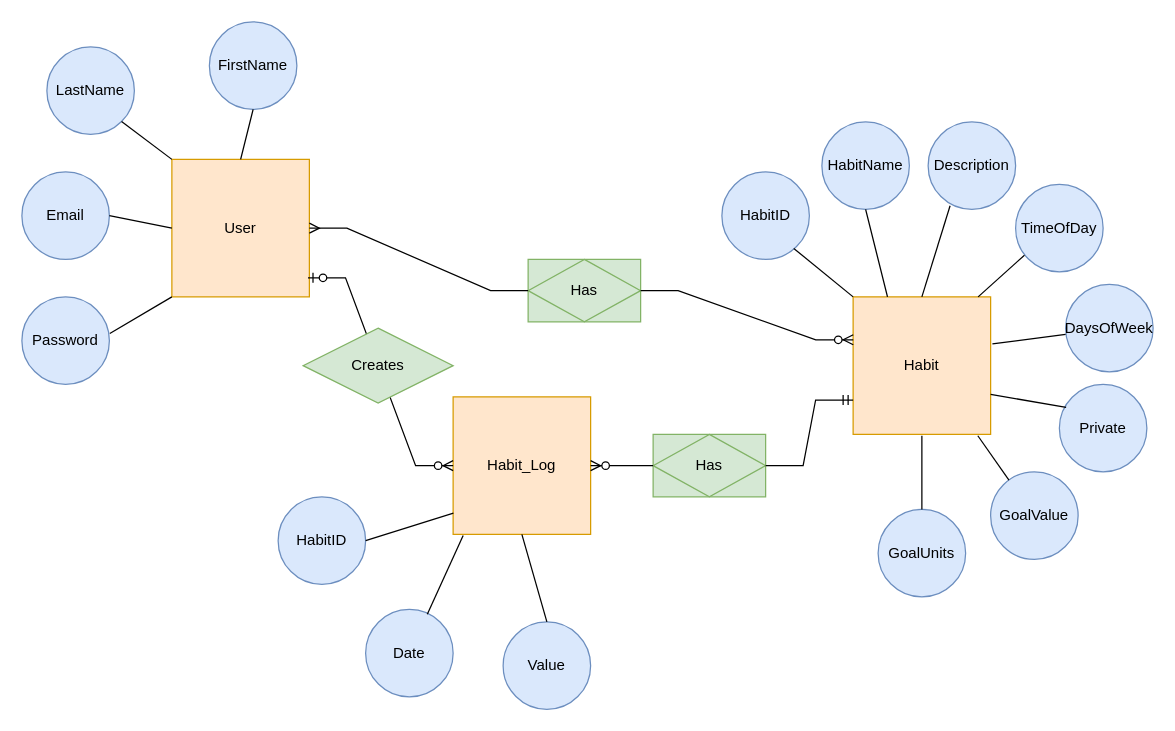
Earlier version of the draw.io diagram EntityRelationshipDiagram.drawio (r-butl/habitracked-4). Source tidied: cells renumbered, new cells numbered last; positions are measured from the earlier drawing's top-left corner, leaving out a move shared by most shapes. Both pictures are drawn from the tidied source at 125%, with x=0, y=0 at pixel (21, 21).
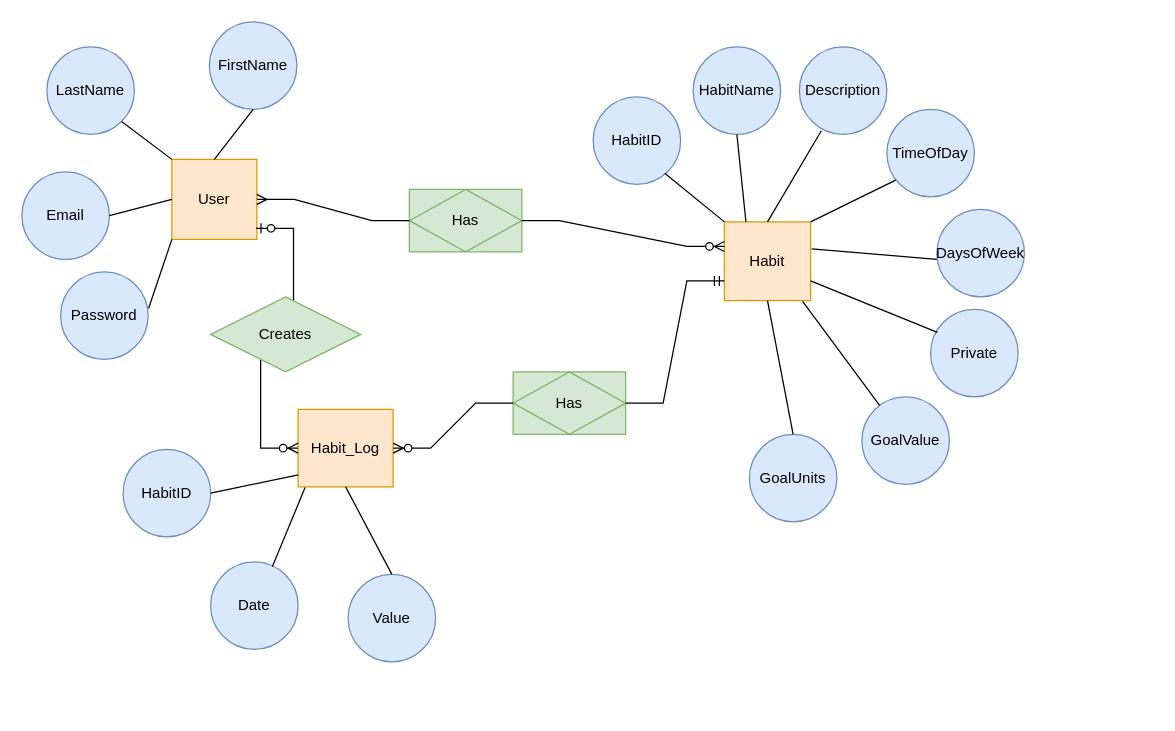
The same page after the edit.

Change to the diagram source:
```diff
@@
     <mxCell id="2" value="User" style="rounded=0;whiteSpace=wrap;html=1;fillColor=#ffe6cc;strokeColor=#d79b00;" parent="1" vertex="1">
-      <mxGeometry x="120" y="110" width="110" height="110" as="geometry" />
+      <mxGeometry x="120" y="110" width="68" height="64" as="geometry" />
     </mxCell>
     <mxCell id="3" value="Habit" style="rounded=0;whiteSpace=wrap;html=1;fillColor=#ffe6cc;strokeColor=#d79b00;" parent="1" vertex="1">
-      <mxGeometry x="665" y="220" width="110" height="110" as="geometry" />
+      <mxGeometry x="562" y="160" width="69" height="63" as="geometry" />
     </mxCell>
     <mxCell id="4" value="HabitName" style="ellipse;whiteSpace=wrap;html=1;fillColor=#dae8fc;strokeColor=#6c8ebf;" parent="1" vertex="1">
-      <mxGeometry x="640" y="80" width="70" height="70" as="geometry" />
+      <mxGeometry x="537" y="20" width="70" height="70" as="geometry" />
     </mxCell>
     <mxCell id="5" value="Description" style="ellipse;whiteSpace=wrap;html=1;fillColor=#dae8fc;strokeColor=#6c8ebf;" parent="1" vertex="1">
-      <mxGeometry x="725" y="80" width="70" height="70" as="geometry" />
+      <mxGeometry x="622" y="20" width="70" height="70" as="geometry" />
     </mxCell>
     <mxCell id="6" value="Habit_Log" style="rounded=0;whiteSpace=wrap;html=1;fillColor=#ffe6cc;strokeColor=#d79b00;" parent="1" vertex="1">
-      <mxGeometry x="345" y="300" width="110" height="110" as="geometry" />
+      <mxGeometry x="221" y="310" width="76" height="62" as="geometry" />
     </mxCell>
     <mxCell id="7" value="TimeOfDay" style="ellipse;whiteSpace=wrap;html=1;fillColor=#dae8fc;strokeColor=#6c8ebf;" parent="1" vertex="1">
-      <mxGeometry x="795" y="130" width="70" height="70" as="geometry" />
+      <mxGeometry x="692" y="70" width="70" height="70" as="geometry" />
     </mxCell>
     <mxCell id="8" value="DaysOfWeek" style="ellipse;whiteSpace=wrap;html=1;fillColor=#dae8fc;strokeColor=#6c8ebf;" parent="1" vertex="1">
-      <mxGeometry x="835" y="210" width="70" height="70" as="geometry" />
+      <mxGeometry x="732" y="150" width="70" height="70" as="geometry" />
     </mxCell>
     <mxCell id="9" value="Private" style="ellipse;whiteSpace=wrap;html=1;fillColor=#dae8fc;strokeColor=#6c8ebf;" parent="1" vertex="1">
-      <mxGeometry x="830" y="290" width="70" height="70" as="geometry" />
+      <mxGeometry x="727" y="230" width="70" height="70" as="geometry" />
     </mxCell>
     <mxCell id="10" value="GoalValue" style="ellipse;whiteSpace=wrap;html=1;fillColor=#dae8fc;strokeColor=#6c8ebf;" parent="1" vertex="1">
-      <mxGeometry x="775" y="360" width="70" height="70" as="geometry" />
+      <mxGeometry x="672" y="300" width="70" height="70" as="geometry" />
     </mxCell>
     <mxCell id="11" value="GoalUnits" style="ellipse;whiteSpace=wrap;html=1;fillColor=#dae8fc;strokeColor=#6c8ebf;" parent="1" vertex="1">
-      <mxGeometry x="685" y="390" width="70" height="70" as="geometry" />
+      <mxGeometry x="582" y="330" width="70" height="70" as="geometry" />
     </mxCell>
@@
-    <mxCell id="14" style="endArrow=none;html=1;rounded=0;exitX=0.101;exitY=0.809;exitDx=0;exitDy=0;exitPerimeter=0;" parent="1" edge="1" source="7">
-      <mxGeometry relative="1" as="geometry">
-        <mxPoint x="765" y="220" as="targetPoint" />
-      </mxGeometry>
+    <mxCell id="14" style="endArrow=none;html=1;rounded=0;exitX=0.101;exitY=0.809;exitDx=0;exitDy=0;exitPerimeter=0;entryX=1;entryY=0;entryDx=0;entryDy=0;" parent="1" edge="1" source="7" target="3">
+      <mxGeometry relative="1" as="geometry" />
     </mxCell>
     <mxCell id="15" style="endArrow=none;html=1;rounded=0;exitX=0.072;exitY=0.845;exitDx=0;exitDy=0;entryX=1.013;entryY=0.342;entryDx=0;entryDy=0;exitPerimeter=0;entryPerimeter=0;" parent="1" edge="1" target="3">
       <mxGeometry relative="1" as="geometry">
-        <mxPoint x="835" y="250" as="sourcePoint" />
+        <mxPoint x="732" y="190" as="sourcePoint" />
       </mxGeometry>
     </mxCell>
-    <mxCell id="16" style="endArrow=none;html=1;rounded=0;entryX=1.013;entryY=0.342;entryDx=0;entryDy=0;entryPerimeter=0;exitX=0.077;exitY=0.263;exitDx=0;exitDy=0;exitPerimeter=0;" parent="1" edge="1" source="9">
-      <mxGeometry relative="1" as="geometry">
-        <mxPoint x="775" y="298" as="targetPoint" />
-      </mxGeometry>
+    <mxCell id="16" style="endArrow=none;html=1;rounded=0;entryX=1;entryY=0.75;entryDx=0;entryDy=0;exitX=0.077;exitY=0.263;exitDx=0;exitDy=0;exitPerimeter=0;" parent="1" edge="1" source="9" target="3">
+      <mxGeometry relative="1" as="geometry" />
     </mxCell>
@@
-    <mxCell id="18" style="endArrow=none;html=1;rounded=0;exitX=0.5;exitY=0;exitDx=0;exitDy=0;" parent="1" edge="1" source="11">
-      <mxGeometry relative="1" as="geometry">
-        <mxPoint x="720" y="331" as="targetPoint" />
-      </mxGeometry>
+    <mxCell id="18" style="endArrow=none;html=1;rounded=0;exitX=0.5;exitY=0;exitDx=0;exitDy=0;entryX=0.5;entryY=1;entryDx=0;entryDy=0;" parent="1" edge="1" source="11" target="3">
+      <mxGeometry relative="1" as="geometry" />
     </mxCell>
     <mxCell id="19" value="Has" style="shape=associativeEntity;whiteSpace=wrap;html=1;align=center;fillColor=#d5e8d4;strokeColor=#82b366;" parent="1" vertex="1">
-      <mxGeometry x="505" y="330" width="90" height="50" as="geometry" />
+      <mxGeometry x="393" y="280" width="90" height="50" as="geometry" />
     </mxCell>
@@
     <mxCell id="23" value="Password" style="ellipse;whiteSpace=wrap;html=1;fillColor=#dae8fc;strokeColor=#6c8ebf;" parent="1" vertex="1">
-      <mxGeometry y="220" width="70" height="70" as="geometry" />
+      <mxGeometry x="31" y="200" width="70" height="70" as="geometry" />
     </mxCell>
     <mxCell id="24" value="Has" style="shape=associativeEntity;whiteSpace=wrap;html=1;align=center;fillColor=#d5e8d4;strokeColor=#82b366;" parent="1" vertex="1">
-      <mxGeometry x="405" y="190" width="90" height="50" as="geometry" />
+      <mxGeometry x="310" y="134" width="90" height="50" as="geometry" />
     </mxCell>
@@
     <mxCell id="31" value="HabitID" style="ellipse;whiteSpace=wrap;html=1;fillColor=#dae8fc;strokeColor=#6c8ebf;" parent="1" vertex="1">
-      <mxGeometry x="560" y="120" width="70" height="70" as="geometry" />
+      <mxGeometry x="457" y="60" width="70" height="70" as="geometry" />
     </mxCell>
@@
     <mxCell id="33" value="HabitID" style="ellipse;whiteSpace=wrap;html=1;fillColor=#dae8fc;strokeColor=#6c8ebf;" parent="1" vertex="1">
-      <mxGeometry x="205" y="380" width="70" height="70" as="geometry" />
+      <mxGeometry x="81" y="342" width="70" height="70" as="geometry" />
     </mxCell>
@@
     <mxCell id="35" value="Date" style="ellipse;whiteSpace=wrap;html=1;fillColor=#dae8fc;strokeColor=#6c8ebf;" parent="1" vertex="1">
-      <mxGeometry x="275" y="470" width="70" height="70" as="geometry" />
+      <mxGeometry x="151" y="432" width="70" height="70" as="geometry" />
     </mxCell>
@@
     <mxCell id="37" value="Value" style="ellipse;whiteSpace=wrap;html=1;fillColor=#dae8fc;strokeColor=#6c8ebf;" parent="1" vertex="1">
-      <mxGeometry x="385" y="480" width="70" height="70" as="geometry" />
+      <mxGeometry x="261" y="442" width="70" height="70" as="geometry" />
     </mxCell>
@@
     <mxCell id="42" value="Creates" style="shape=rhombus;perimeter=rhombusPerimeter;whiteSpace=wrap;html=1;align=center;fillColor=#d5e8d4;strokeColor=#82b366;" parent="1" vertex="1">
-      <mxGeometry x="225" y="245" width="120" height="60" as="geometry" />
+      <mxGeometry x="151" y="220" width="120" height="60" as="geometry" />
     </mxCell>
```
